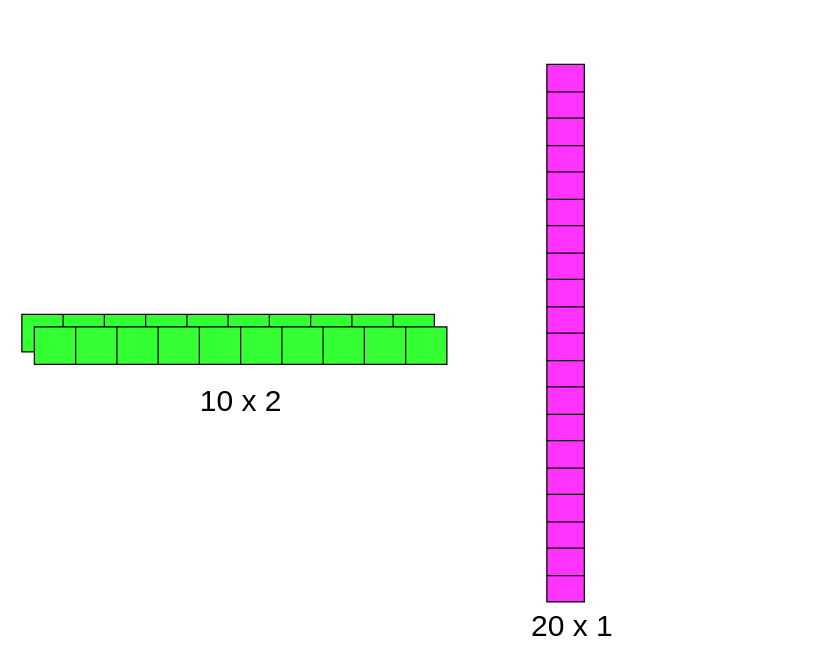
Earlier version of the draw.io diagram FC_explain.drawio (krupaanand312jc/EMG_Hand_Movements_NN). Source tidied: cells renumbered, new cells numbered last; positions are measured from the earlier drawing's top-left corner, leaving out a move shared by most shapes. Both pictures are drawn from the tidied source at 125%, with x=0, y=0 at pixel (21, 64).
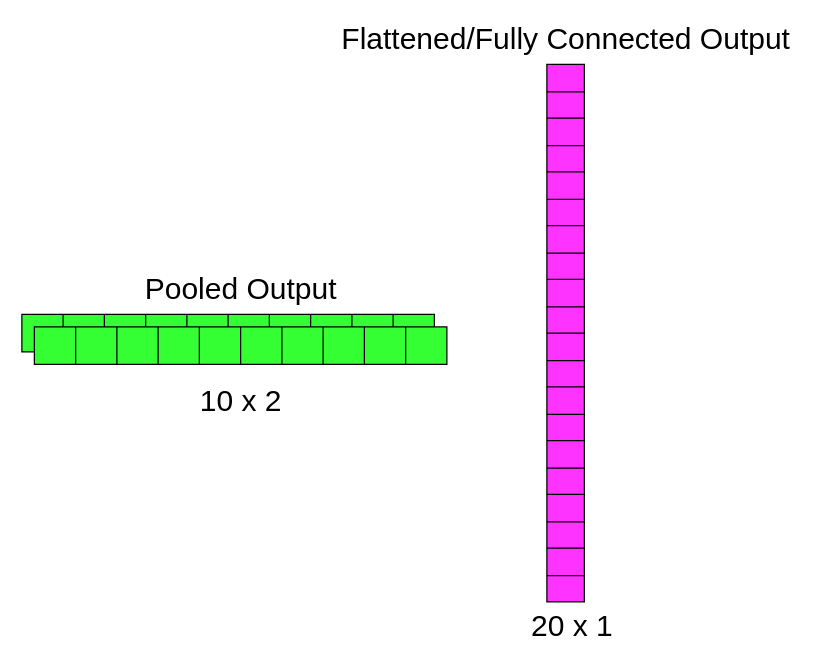
The same diagram, later.

Diff of the diagram source:
```diff
@@
+    <mxCell id="69" value="&lt;font style=&quot;font-size: 24px&quot;&gt;Pooled Output&lt;/font&gt;" style="text;html=1;align=center;verticalAlign=middle;fillColor=none;strokeColor=none;rounded=0;" parent="1" vertex="1">
+      <mxGeometry x="90" y="170" width="170" height="20" as="geometry" />
+    </mxCell>
+    <mxCell id="70" value="&lt;font style=&quot;font-size: 24px&quot;&gt;Flattened/Fully Connected Output&lt;/font&gt;" style="text;html=1;align=center;verticalAlign=middle;fillColor=none;strokeColor=none;rounded=0;" parent="1" vertex="1">
+      <mxGeometry x="250" y="-30" width="370" height="20" as="geometry" />
+    </mxCell>
```
